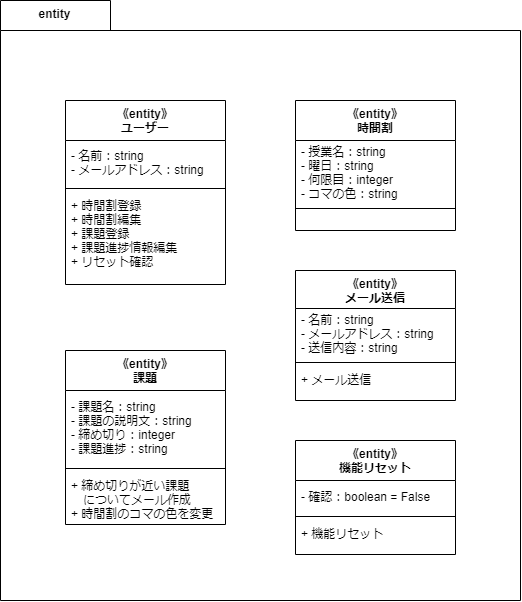
Earlier version of the draw.io export 構造図/クラス図/詳細設計/クラス図(entity).drawio.png (masaki1234567/psp4). Source tidied: cells renumbered, new cells last; positions are measured from the earlier drawing's top-left corner, leaving out a move shared by most shapes. The source it was exported from:
```xml
<mxGraphModel>
  <root>
    <mxCell id="0" />
    <mxCell id="1" parent="0" />
    <mxCell id="2" value="entity" style="shape=folder;fontStyle=1;tabWidth=110;tabHeight=30;tabPosition=left;html=1;boundedLbl=1;labelInHeader=1;" parent="1" vertex="1">
      <mxGeometry width="520" height="600" as="geometry" />
    </mxCell>
    <mxCell id="3" style="html=1;strokeColor=none;fillColor=none;" parent="2" vertex="1">
      <mxGeometry width="520" height="420" relative="1" as="geometry">
        <mxPoint y="30" as="offset" />
      </mxGeometry>
    </mxCell>
    <mxCell id="4" value="《entity》&#10;ユーザー" style="swimlane;fontStyle=1;align=center;verticalAlign=top;horizontal=1;startSize=40;" parent="2" vertex="1">
      <mxGeometry x="65" y="100" width="160" height="184" as="geometry" />
    </mxCell>
    <mxCell id="5" value="- 名前：string&#10;- メールアドレス：string" style="text;strokeColor=none;fillColor=none;align=left;verticalAlign=middle;spacingLeft=4;spacingRight=4;overflow=hidden;" parent="4" vertex="1">
      <mxGeometry y="40" width="160" height="44" as="geometry" />
    </mxCell>
    <mxCell id="6" style="line;strokeWidth=1;fillColor=none;align=left;verticalAlign=middle;spacingTop=-1;spacingLeft=3;spacingRight=3;labelPosition=right;strokeColor=inherit;" parent="4" vertex="1">
      <mxGeometry y="84" width="160" height="8" as="geometry" />
    </mxCell>
    <mxCell id="7" value="+ 時間割登録&#10;+ 時間割編集&#10;+ 課題登録&#10;+ 課題進捗情報編集&#10;+ リセット確認" style="text;strokeColor=none;fillColor=none;align=left;verticalAlign=top;spacingLeft=4;spacingRight=4;overflow=hidden;" parent="4" vertex="1">
      <mxGeometry y="92" width="160" height="92" as="geometry" />
    </mxCell>
    <mxCell id="8" value="《entity》&#10;時間割" style="swimlane;fontStyle=1;align=center;verticalAlign=top;horizontal=1;startSize=40;" parent="2" vertex="1">
      <mxGeometry x="295" y="100" width="160" height="130" as="geometry" />
    </mxCell>
    <mxCell id="9" value="- 授業名：string&#10;- 曜日：string&#10;- 何限目：integer&#10;- コマの色：string" style="text;strokeColor=none;fillColor=none;align=left;verticalAlign=middle;spacingLeft=4;spacingRight=4;overflow=hidden;" parent="8" vertex="1">
      <mxGeometry y="40" width="160" height="64" as="geometry" />
    </mxCell>
    <mxCell id="10" style="line;strokeWidth=1;fillColor=none;align=left;verticalAlign=middle;spacingTop=-1;spacingLeft=3;spacingRight=3;labelPosition=right;strokeColor=inherit;" parent="8" vertex="1">
      <mxGeometry y="104" width="160" height="8" as="geometry" />
    </mxCell>
    <mxCell id="11" value=" " style="text;strokeColor=none;fillColor=none;align=left;verticalAlign=top;spacingLeft=4;spacingRight=4;overflow=hidden;" parent="8" vertex="1">
      <mxGeometry y="112" width="160" height="18" as="geometry" />
    </mxCell>
    <mxCell id="12" value="《entity》&#10;課題" style="swimlane;fontStyle=1;align=center;verticalAlign=top;horizontal=1;startSize=40;" parent="2" vertex="1">
      <mxGeometry x="65" y="350" width="160" height="174" as="geometry" />
    </mxCell>
    <mxCell id="13" value="- 課題名：string&#10;- 課題の説明文：string&#10;- 締め切り：integer&#10;- 課題進捗：string" style="text;strokeColor=none;fillColor=none;align=left;verticalAlign=middle;spacingLeft=4;spacingRight=4;overflow=hidden;" parent="12" vertex="1">
      <mxGeometry y="40" width="160" height="74" as="geometry" />
    </mxCell>
    <mxCell id="14" style="line;strokeWidth=1;fillColor=none;align=left;verticalAlign=middle;spacingTop=-1;spacingLeft=3;spacingRight=3;labelPosition=right;strokeColor=inherit;" parent="12" vertex="1">
      <mxGeometry y="114" width="160" height="8" as="geometry" />
    </mxCell>
    <mxCell id="15" value="+ 締め切りが近い課題&#10;　についてメール作成&#10;+ 時間割のコマの色を変更" style="text;strokeColor=none;fillColor=none;align=left;verticalAlign=top;spacingLeft=4;spacingRight=4;overflow=hidden;" parent="12" vertex="1">
      <mxGeometry y="122" width="160" height="52" as="geometry" />
    </mxCell>
    <mxCell id="16" value="《entity》&#10;メール送信" style="swimlane;fontStyle=1;align=center;verticalAlign=top;horizontal=1;startSize=38;" parent="2" vertex="1">
      <mxGeometry x="295" y="270" width="160" height="130" as="geometry" />
    </mxCell>
    <mxCell id="17" value="- 名前：string&#10;- メールアドレス：string&#10;- 送信内容：string" style="text;strokeColor=none;fillColor=none;align=left;verticalAlign=middle;spacingLeft=4;spacingRight=4;overflow=hidden;" parent="16" vertex="1">
      <mxGeometry y="38" width="160" height="50" as="geometry" />
    </mxCell>
    <mxCell id="18" style="line;strokeWidth=1;fillColor=none;align=left;verticalAlign=middle;spacingTop=-1;spacingLeft=3;spacingRight=3;labelPosition=right;strokeColor=inherit;" parent="16" vertex="1">
      <mxGeometry y="88" width="160" height="8" as="geometry" />
    </mxCell>
    <mxCell id="19" value="+ メール送信" style="text;strokeColor=none;fillColor=none;align=left;verticalAlign=top;spacingLeft=4;spacingRight=4;overflow=hidden;" parent="16" vertex="1">
      <mxGeometry y="96" width="160" height="34" as="geometry" />
    </mxCell>
    <mxCell id="20" value="《entity》&#10;機能リセット" style="swimlane;fontStyle=1;align=center;verticalAlign=top;horizontal=1;startSize=40;" parent="2" vertex="1">
      <mxGeometry x="295" y="440" width="160" height="114" as="geometry" />
    </mxCell>
    <mxCell id="21" value="- 確認：boolean = False" style="text;strokeColor=none;fillColor=none;align=left;verticalAlign=middle;spacingLeft=4;spacingRight=4;overflow=hidden;" parent="20" vertex="1">
      <mxGeometry y="40" width="160" height="32" as="geometry" />
    </mxCell>
    <mxCell id="22" style="line;strokeWidth=1;fillColor=none;align=left;verticalAlign=middle;spacingTop=-1;spacingLeft=3;spacingRight=3;labelPosition=right;strokeColor=inherit;" parent="20" vertex="1">
      <mxGeometry y="72" width="160" height="8" as="geometry" />
    </mxCell>
    <mxCell id="23" value="+ 機能リセット" style="text;strokeColor=none;fillColor=none;align=left;verticalAlign=top;spacingLeft=4;spacingRight=4;overflow=hidden;" parent="20" vertex="1">
      <mxGeometry y="80" width="160" height="34" as="geometry" />
    </mxCell>
  </root>
</mxGraphModel>
```
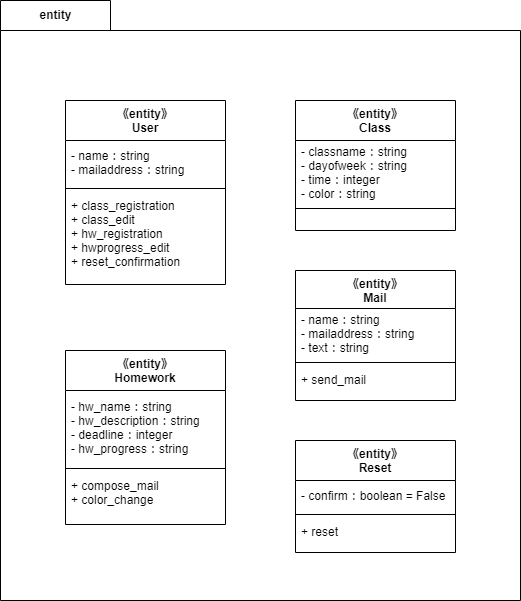
Later version of the same file.

Change to the diagram source:
```diff
@@ -10,22 +10,22 @@
         <mxPoint y="30" as="offset" />
       </mxGeometry>
     </mxCell>
-    <mxCell id="4" value="《entity》&#10;ユーザー" style="swimlane;fontStyle=1;align=center;verticalAlign=top;horizontal=1;startSize=40;" parent="2" vertex="1">
+    <mxCell id="4" value="《entity》&#10;User" style="swimlane;fontStyle=1;align=center;verticalAlign=top;horizontal=1;startSize=40;" parent="2" vertex="1">
       <mxGeometry x="65" y="100" width="160" height="184" as="geometry" />
     </mxCell>
-    <mxCell id="5" value="- 名前：string&#10;- メールアドレス：string" style="text;strokeColor=none;fillColor=none;align=left;verticalAlign=middle;spacingLeft=4;spacingRight=4;overflow=hidden;" parent="4" vertex="1">
+    <mxCell id="5" value="- name：string&#10;- mailaddress：string" style="text;strokeColor=none;fillColor=none;align=left;verticalAlign=middle;spacingLeft=4;spacingRight=4;overflow=hidden;" parent="4" vertex="1">
       <mxGeometry y="40" width="160" height="44" as="geometry" />
     </mxCell>
     <mxCell id="6" style="line;strokeWidth=1;fillColor=none;align=left;verticalAlign=middle;spacingTop=-1;spacingLeft=3;spacingRight=3;labelPosition=right;strokeColor=inherit;" parent="4" vertex="1">
       <mxGeometry y="84" width="160" height="8" as="geometry" />
     </mxCell>
-    <mxCell id="7" value="+ 時間割登録&#10;+ 時間割編集&#10;+ 課題登録&#10;+ 課題進捗情報編集&#10;+ リセット確認" style="text;strokeColor=none;fillColor=none;align=left;verticalAlign=top;spacingLeft=4;spacingRight=4;overflow=hidden;" parent="4" vertex="1">
+    <mxCell id="7" value="+ class_registration&#10;+ class_edit&#10;+ hw_registration&#10;+ hwprogress_edit&#10;+ reset_confirmation" style="text;strokeColor=none;fillColor=none;align=left;verticalAlign=top;spacingLeft=4;spacingRight=4;overflow=hidden;" parent="4" vertex="1">
       <mxGeometry y="92" width="160" height="92" as="geometry" />
     </mxCell>
-    <mxCell id="8" value="《entity》&#10;時間割" style="swimlane;fontStyle=1;align=center;verticalAlign=top;horizontal=1;startSize=40;" parent="2" vertex="1">
+    <mxCell id="8" value="《entity》&#10;Class" style="swimlane;fontStyle=1;align=center;verticalAlign=top;horizontal=1;startSize=40;" parent="2" vertex="1">
       <mxGeometry x="295" y="100" width="160" height="130" as="geometry" />
     </mxCell>
-    <mxCell id="9" value="- 授業名：string&#10;- 曜日：string&#10;- 何限目：integer&#10;- コマの色：string" style="text;strokeColor=none;fillColor=none;align=left;verticalAlign=middle;spacingLeft=4;spacingRight=4;overflow=hidden;" parent="8" vertex="1">
+    <mxCell id="9" value="- classname：string&#10;- dayofweek：string&#10;- time：integer&#10;- color：string" style="text;strokeColor=none;fillColor=none;align=left;verticalAlign=middle;spacingLeft=4;spacingRight=4;overflow=hidden;" parent="8" vertex="1">
       <mxGeometry y="40" width="160" height="64" as="geometry" />
     </mxCell>
     <mxCell id="10" style="line;strokeWidth=1;fillColor=none;align=left;verticalAlign=middle;spacingTop=-1;spacingLeft=3;spacingRight=3;labelPosition=right;strokeColor=inherit;" parent="8" vertex="1">
@@ -34,41 +34,41 @@
     <mxCell id="11" value=" " style="text;strokeColor=none;fillColor=none;align=left;verticalAlign=top;spacingLeft=4;spacingRight=4;overflow=hidden;" parent="8" vertex="1">
       <mxGeometry y="112" width="160" height="18" as="geometry" />
     </mxCell>
-    <mxCell id="12" value="《entity》&#10;課題" style="swimlane;fontStyle=1;align=center;verticalAlign=top;horizontal=1;startSize=40;" parent="2" vertex="1">
+    <mxCell id="12" value="《entity》&#10;Homework" style="swimlane;fontStyle=1;align=center;verticalAlign=top;horizontal=1;startSize=40;" parent="2" vertex="1">
       <mxGeometry x="65" y="350" width="160" height="174" as="geometry" />
     </mxCell>
-    <mxCell id="13" value="- 課題名：string&#10;- 課題の説明文：string&#10;- 締め切り：integer&#10;- 課題進捗：string" style="text;strokeColor=none;fillColor=none;align=left;verticalAlign=middle;spacingLeft=4;spacingRight=4;overflow=hidden;" parent="12" vertex="1">
+    <mxCell id="13" value="- hw_name：string&#10;- hw_description：string&#10;- deadline：integer&#10;- hw_progress：string" style="text;strokeColor=none;fillColor=none;align=left;verticalAlign=middle;spacingLeft=4;spacingRight=4;overflow=hidden;" parent="12" vertex="1">
       <mxGeometry y="40" width="160" height="74" as="geometry" />
     </mxCell>
     <mxCell id="14" style="line;strokeWidth=1;fillColor=none;align=left;verticalAlign=middle;spacingTop=-1;spacingLeft=3;spacingRight=3;labelPosition=right;strokeColor=inherit;" parent="12" vertex="1">
       <mxGeometry y="114" width="160" height="8" as="geometry" />
     </mxCell>
-    <mxCell id="15" value="+ 締め切りが近い課題&#10;　についてメール作成&#10;+ 時間割のコマの色を変更" style="text;strokeColor=none;fillColor=none;align=left;verticalAlign=top;spacingLeft=4;spacingRight=4;overflow=hidden;" parent="12" vertex="1">
+    <mxCell id="15" value="+ compose_mail&#10;+ color_change" style="text;strokeColor=none;fillColor=none;align=left;verticalAlign=top;spacingLeft=4;spacingRight=4;overflow=hidden;" parent="12" vertex="1">
       <mxGeometry y="122" width="160" height="52" as="geometry" />
     </mxCell>
-    <mxCell id="16" value="《entity》&#10;メール送信" style="swimlane;fontStyle=1;align=center;verticalAlign=top;horizontal=1;startSize=38;" parent="2" vertex="1">
+    <mxCell id="16" value="《entity》&#10;Mail" style="swimlane;fontStyle=1;align=center;verticalAlign=top;horizontal=1;startSize=38;" parent="2" vertex="1">
       <mxGeometry x="295" y="270" width="160" height="130" as="geometry" />
     </mxCell>
-    <mxCell id="17" value="- 名前：string&#10;- メールアドレス：string&#10;- 送信内容：string" style="text;strokeColor=none;fillColor=none;align=left;verticalAlign=middle;spacingLeft=4;spacingRight=4;overflow=hidden;" parent="16" vertex="1">
+    <mxCell id="17" value="- name：string&#10;- mailaddress：string&#10;- text：string" style="text;strokeColor=none;fillColor=none;align=left;verticalAlign=middle;spacingLeft=4;spacingRight=4;overflow=hidden;" parent="16" vertex="1">
       <mxGeometry y="38" width="160" height="50" as="geometry" />
     </mxCell>
     <mxCell id="18" style="line;strokeWidth=1;fillColor=none;align=left;verticalAlign=middle;spacingTop=-1;spacingLeft=3;spacingRight=3;labelPosition=right;strokeColor=inherit;" parent="16" vertex="1">
       <mxGeometry y="88" width="160" height="8" as="geometry" />
     </mxCell>
-    <mxCell id="19" value="+ メール送信" style="text;strokeColor=none;fillColor=none;align=left;verticalAlign=top;spacingLeft=4;spacingRight=4;overflow=hidden;" parent="16" vertex="1">
+    <mxCell id="19" value="+ send_mail" style="text;strokeColor=none;fillColor=none;align=left;verticalAlign=top;spacingLeft=4;spacingRight=4;overflow=hidden;" parent="16" vertex="1">
       <mxGeometry y="96" width="160" height="34" as="geometry" />
     </mxCell>
-    <mxCell id="20" value="《entity》&#10;機能リセット" style="swimlane;fontStyle=1;align=center;verticalAlign=top;horizontal=1;startSize=40;" parent="2" vertex="1">
-      <mxGeometry x="295" y="440" width="160" height="114" as="geometry" />
+    <mxCell id="20" value="《entity》&#10;Reset" style="swimlane;fontStyle=1;align=center;verticalAlign=top;horizontal=1;startSize=40;" parent="2" vertex="1">
+      <mxGeometry x="295" y="440" width="160" height="112" as="geometry" />
     </mxCell>
-    <mxCell id="21" value="- 確認：boolean = False" style="text;strokeColor=none;fillColor=none;align=left;verticalAlign=middle;spacingLeft=4;spacingRight=4;overflow=hidden;" parent="20" vertex="1">
-      <mxGeometry y="40" width="160" height="32" as="geometry" />
+    <mxCell id="21" value="- confirm：boolean = False" style="text;strokeColor=none;fillColor=none;align=left;verticalAlign=middle;spacingLeft=4;spacingRight=4;overflow=hidden;" parent="20" vertex="1">
+      <mxGeometry y="40" width="160" height="30" as="geometry" />
     </mxCell>
     <mxCell id="22" style="line;strokeWidth=1;fillColor=none;align=left;verticalAlign=middle;spacingTop=-1;spacingLeft=3;spacingRight=3;labelPosition=right;strokeColor=inherit;" parent="20" vertex="1">
-      <mxGeometry y="72" width="160" height="8" as="geometry" />
+      <mxGeometry y="70" width="160" height="8" as="geometry" />
     </mxCell>
-    <mxCell id="23" value="+ 機能リセット" style="text;strokeColor=none;fillColor=none;align=left;verticalAlign=top;spacingLeft=4;spacingRight=4;overflow=hidden;" parent="20" vertex="1">
-      <mxGeometry y="80" width="160" height="34" as="geometry" />
+    <mxCell id="23" value="+ reset" style="text;strokeColor=none;fillColor=none;align=left;verticalAlign=top;spacingLeft=4;spacingRight=4;overflow=hidden;" parent="20" vertex="1">
+      <mxGeometry y="78" width="160" height="34" as="geometry" />
     </mxCell>
   </root>
 </mxGraphModel>
```
